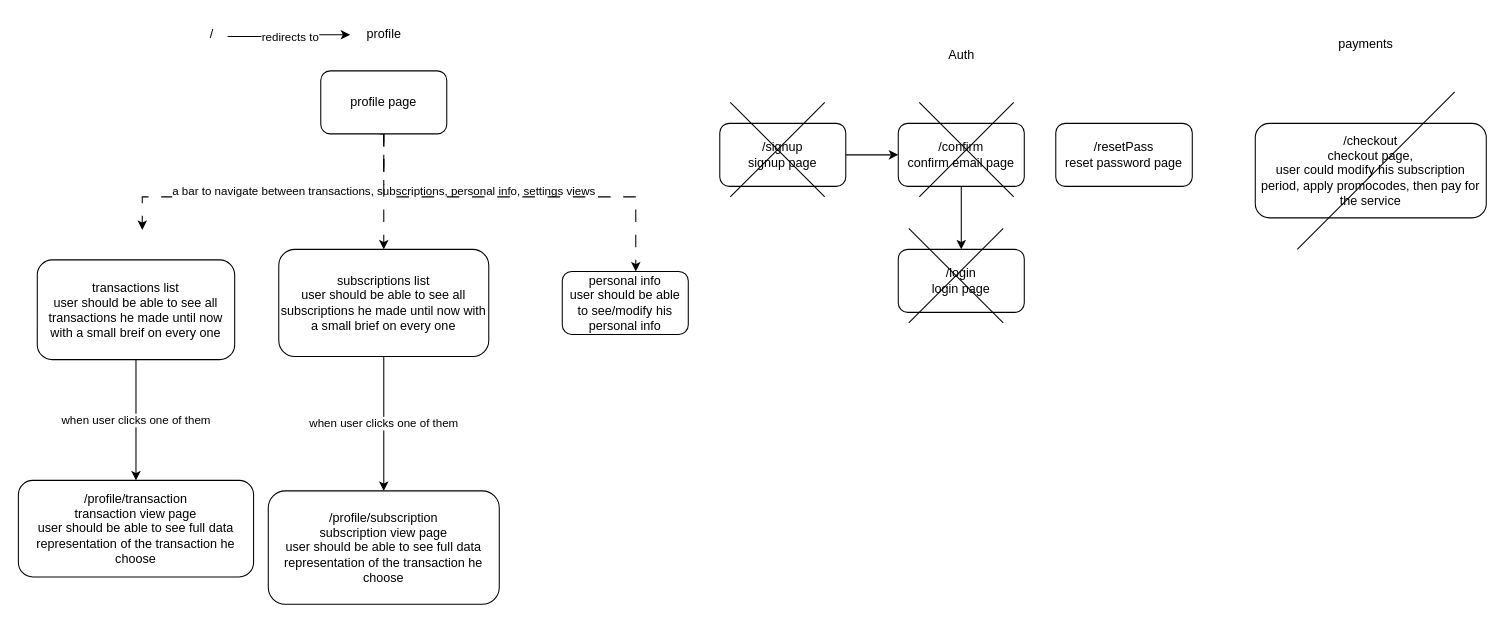
Above: page "sitemap" (6 of 6) of pamylka.com.drawio in ahmed-elbehairy7/pamylka-system-design (draw.io), before the change. Source tidied: cells renumbered, new cells numbered last; positions are measured from the earlier drawing's top-left corner, leaving out a move shared by most shapes. Both pictures are drawn from the tidied source at 105%, with x=0, y=0 at pixel (18, 18).
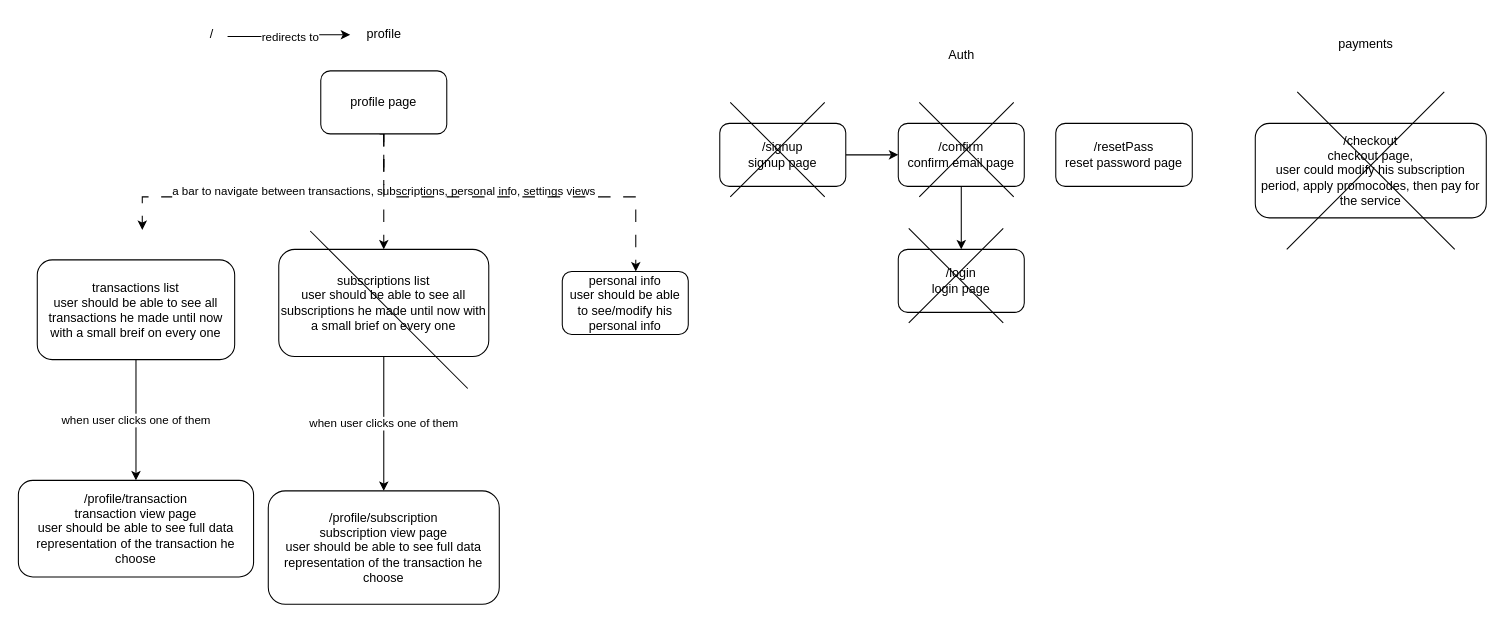
The same page after the edit.

Diff of the diagram source:
```diff
@@
     <mxCell id="34" style="endArrow=none;html=1;rounded=0;" parent="1" edge="1">
       <mxGeometry relative="1" as="geometry">
-        <mxPoint x="1218" y="220" as="sourcePoint" />
-        <mxPoint x="1368" y="70" as="targetPoint" />
+        <mxPoint x="1208" y="220" as="sourcePoint" />
+        <mxPoint x="1358" y="70" as="targetPoint" />
       </mxGeometry>
     </mxCell>
+    <mxCell id="35" style="endArrow=none;html=1;rounded=0;" parent="1" edge="1">
+      <mxGeometry relative="1" as="geometry">
+        <mxPoint x="1368" y="220" as="sourcePoint" />
+        <mxPoint x="1218" y="70" as="targetPoint" />
+      </mxGeometry>
+    </mxCell>
+    <mxCell id="36" style="endArrow=none;html=1;rounded=0;" parent="1" edge="1">
+      <mxGeometry relative="1" as="geometry">
+        <mxPoint x="428" y="352.5" as="sourcePoint" />
+        <mxPoint x="278" y="202.5" as="targetPoint" />
+      </mxGeometry>
+    </mxCell>
```
